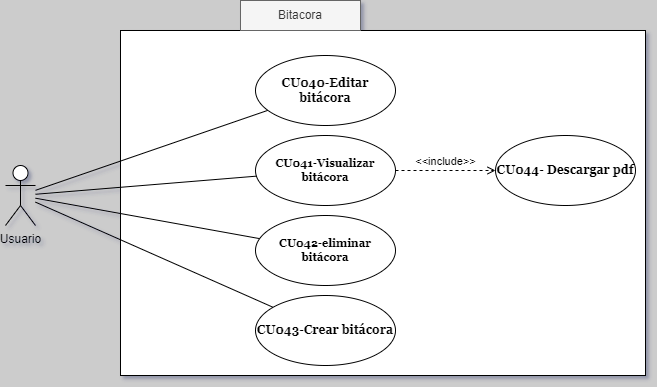
The draw.io diagram DiagraCasosDeUso/PerfilDeUsuario.png in CH3MOO/SpecialityX, before a commit. Source tidied: cells renumbered, new cells last; positions are measured from the earlier drawing's top-left corner, leaving out a move shared by most shapes.
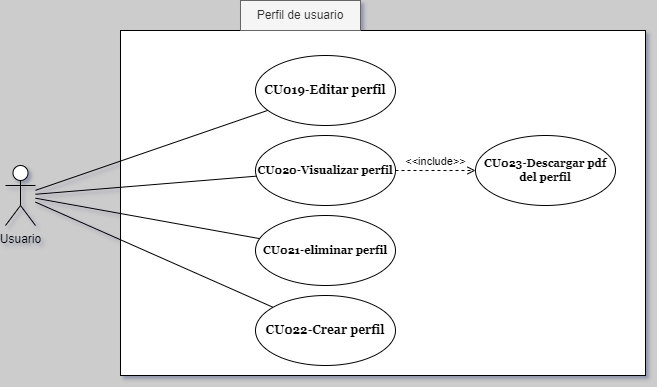
Above is the later version.

What changed in the source:
```diff
@@ -8,19 +8,19 @@
     <mxCell id="3" value="Usuario" style="shape=umlActor;verticalLabelPosition=bottom;verticalAlign=top;html=1;" parent="1" vertex="1">
       <mxGeometry y="165" width="30" height="60" as="geometry" />
     </mxCell>
-    <mxCell id="4" value="CU043-Crear bitácora" style="ellipse;whiteSpace=wrap;html=1;fontFamily=Georgia;fontStyle=1;" parent="1" vertex="1">
+    <mxCell id="4" value="CU022-Crear perfil" style="ellipse;whiteSpace=wrap;html=1;fontFamily=Georgia;fontStyle=1;" parent="1" vertex="1">
       <mxGeometry x="250" y="295" width="140" height="70" as="geometry" />
     </mxCell>
-    <mxCell id="5" value="CU040-Editar bitácora" style="ellipse;whiteSpace=wrap;html=1;fontFamily=Georgia;fontStyle=1;" parent="1" vertex="1">
+    <mxCell id="5" value="CU019-Editar perfil" style="ellipse;whiteSpace=wrap;html=1;fontFamily=Georgia;fontStyle=1;" parent="1" vertex="1">
       <mxGeometry x="250" y="55" width="140" height="70" as="geometry" />
     </mxCell>
-    <mxCell id="6" value="CU042-eliminar bitácora" style="ellipse;whiteSpace=wrap;html=1;fontFamily=Georgia;fontStyle=1;fontSize=11;" parent="1" vertex="1">
+    <mxCell id="6" value="CU021-eliminar perfil" style="ellipse;whiteSpace=wrap;html=1;fontFamily=Georgia;fontStyle=1;fontSize=11;" parent="1" vertex="1">
       <mxGeometry x="250" y="215" width="140" height="70" as="geometry" />
     </mxCell>
     <mxCell id="7" style="endArrow=none;html=1;rounded=0;" parent="1" edge="1" source="3" target="4">
       <mxGeometry relative="1" as="geometry" />
     </mxCell>
-    <mxCell id="8" value="CU041-Visualizar bitácora" style="ellipse;whiteSpace=wrap;html=1;fontFamily=Georgia;fontStyle=1;fontSize=11;" parent="1" vertex="1">
+    <mxCell id="8" value="CU020-Visualizar perfil" style="ellipse;whiteSpace=wrap;html=1;fontFamily=Georgia;fontStyle=1;fontSize=11;" parent="1" vertex="1">
       <mxGeometry x="250" y="135" width="140" height="70" as="geometry" />
     </mxCell>
     <mxCell id="9" style="endArrow=none;html=1;rounded=0;" parent="1" edge="1" source="3" target="5">
@@ -32,14 +32,14 @@
     <mxCell id="11" style="endArrow=none;html=1;rounded=0;" parent="1" edge="1" source="3" target="8">
       <mxGeometry relative="1" as="geometry" />
     </mxCell>
-    <mxCell id="12" value="Bitacora" style="text;html=1;align=center;verticalAlign=middle;whiteSpace=wrap;rounded=0;fillColor=#f5f5f5;strokeColor=#666666;fontColor=#333333;" parent="1" vertex="1">
+    <mxCell id="12" value="Perfil de usuario" style="text;html=1;align=center;verticalAlign=middle;whiteSpace=wrap;rounded=0;fillColor=#f5f5f5;strokeColor=#666666;fontColor=#333333;" parent="1" vertex="1">
       <mxGeometry x="235" width="120" height="30" as="geometry" />
     </mxCell>
+    <mxCell id="15" value="CU023-Descargar pdf del perfil" style="ellipse;whiteSpace=wrap;html=1;fontFamily=Georgia;fontStyle=1;fontSize=11;" parent="1" vertex="1">
+      <mxGeometry x="470" y="135" width="140" height="70" as="geometry" />
+    </mxCell>
-    <mxCell id="13" value="&amp;lt;&amp;lt;include&amp;gt;&amp;gt;" style="html=1;verticalAlign=bottom;labelBackgroundColor=none;endArrow=open;endFill=0;dashed=1;rounded=0;" parent="1" edge="1" source="8" target="14">
+    <mxCell id="13" value="&amp;lt;&amp;lt;include&amp;gt;&amp;gt;" style="html=1;verticalAlign=bottom;labelBackgroundColor=none;endArrow=open;endFill=0;dashed=1;rounded=0;" parent="1" edge="1" source="8" target="15">
       <mxGeometry relative="1" as="geometry" />
     </mxCell>
-    <mxCell id="14" value="CU044- Descargar pdf" style="ellipse;whiteSpace=wrap;html=1;fontFamily=Georgia;fontStyle=1;" parent="1" vertex="1">
-      <mxGeometry x="490" y="135" width="140" height="70" as="geometry" />
-    </mxCell>
   </root>
 </mxGraphModel>
```
